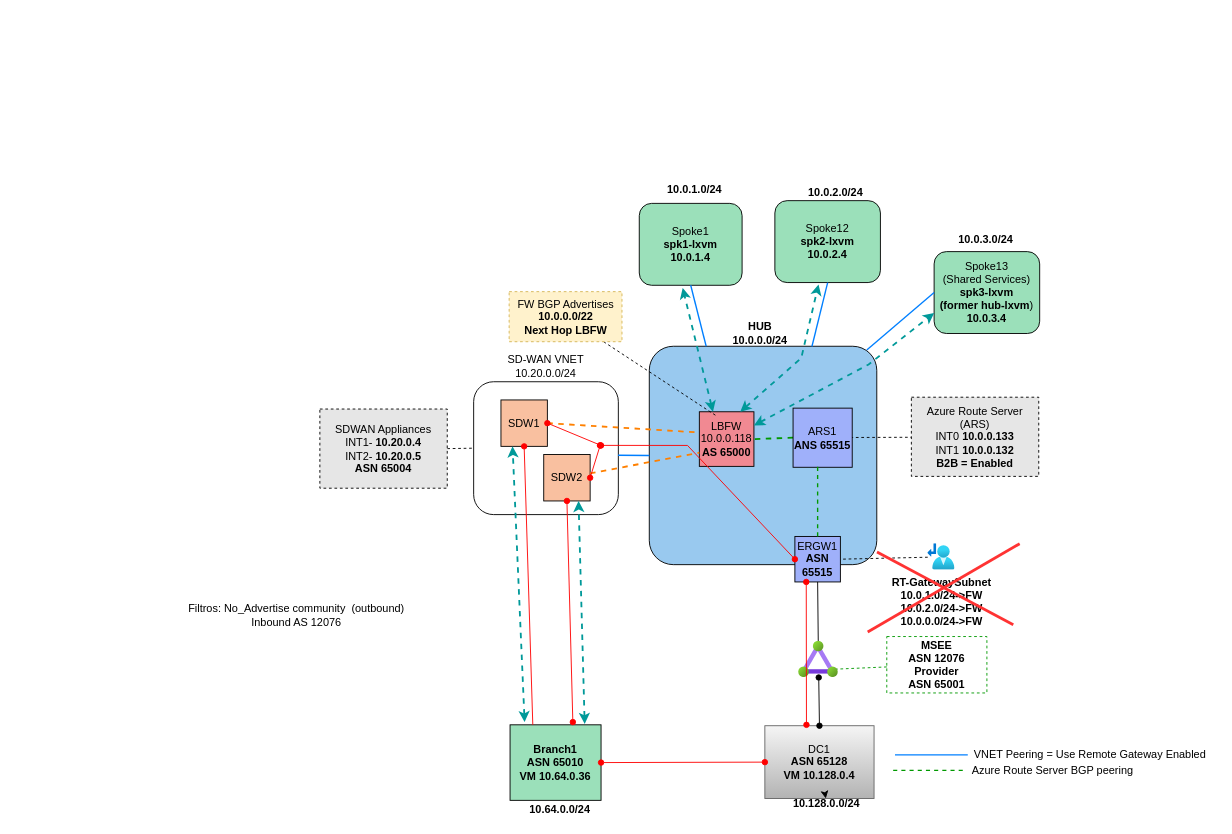
Above: page "Scenario3-SD-VNET+UDR" (4 of 5) of sd-wan-inspection/diagram.drawio in dmauser/azure-hub-spoke (draw.io), before the change. Source tidied: cells renumbered, new cells numbered last; positions are measured from the earlier drawing's top-left corner, leaving out a move shared by most shapes. Both pictures are drawn from the tidied source at 91%, with x=0, y=0 at pixel (179, 180).
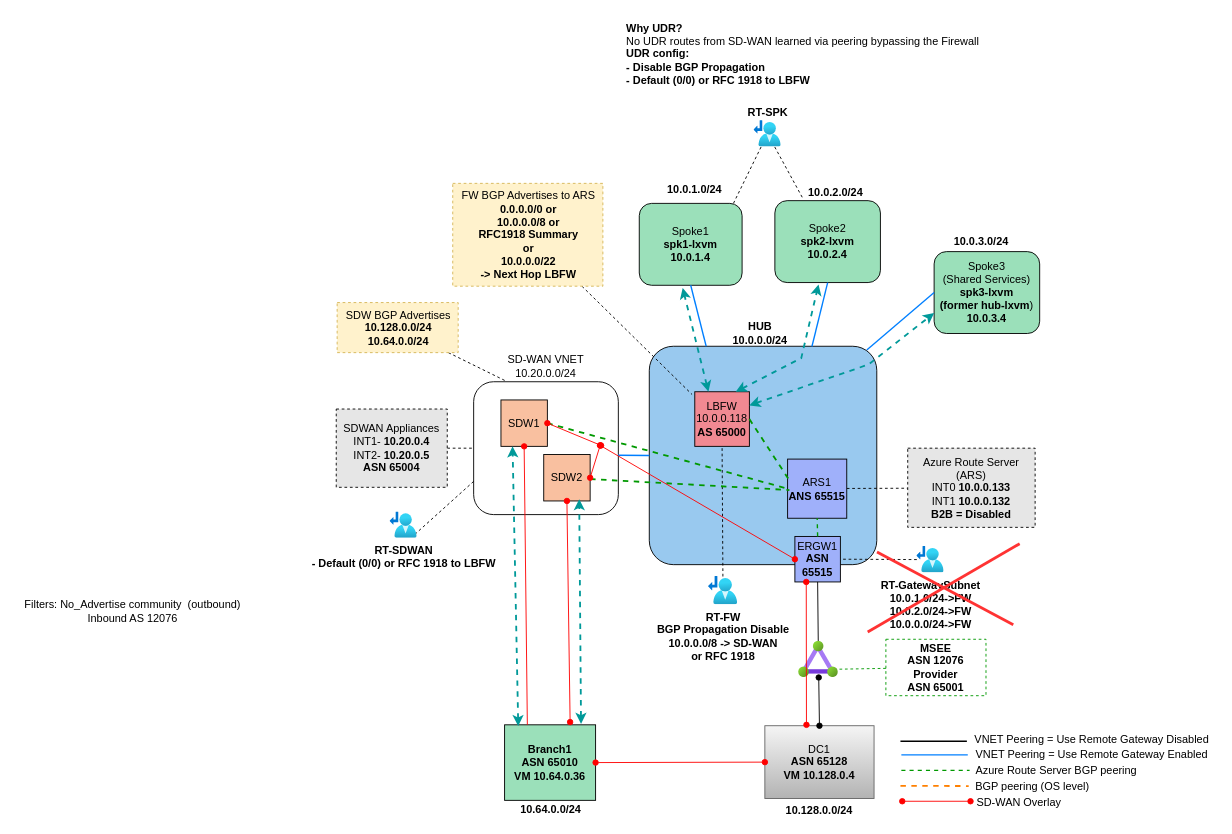
Above is the later version.

The change refers to these unchanged cells:
```xml
<mxCell id="2" value="SD-WAN VNET&lt;br&gt;10.20.0.0/24" style="rounded=1;whiteSpace=wrap;html=1;fillColor=none;labelPosition=center;verticalLabelPosition=top;align=center;verticalAlign=bottom;" parent="1" vertex="1">
  <mxGeometry x="323" y="221" width="159" height="146" as="geometry" />
</mxCell>
<mxCell id="4" value="Spoke1&lt;br&gt;&lt;b&gt;spk1-lxvm&lt;br&gt;10.0.1.4&lt;/b&gt;" style="rounded=1;whiteSpace=wrap;html=1;fillColor=#9BE0BA;" parent="1" vertex="1">
  <mxGeometry x="505" y="25" width="113" height="90" as="geometry" />
</mxCell>
<mxCell id="7" value="SDW1&lt;br&gt;" style="whiteSpace=wrap;html=1;fillColor=#F9C0A0;direction=south;" parent="1" vertex="1">
  <mxGeometry x="353" y="241" width="51" height="51" as="geometry" />
</mxCell>
<mxCell id="8" value="DC1&lt;br&gt;&lt;b&gt;ASN 65128&lt;br&gt;VM 10.128.0.4&lt;br&gt;&lt;/b&gt;" style="rounded=0;whiteSpace=wrap;html=1;fillColor=#f5f5f5;strokeColor=#666666;gradientColor=#b3b3b3;" parent="1" vertex="1">
  <mxGeometry x="643" y="599" width="120" height="80" as="geometry" />
</mxCell>
<mxCell id="13" value="ERGW1&lt;br&gt;&lt;b&gt;ASN 65515&lt;/b&gt;" style="whiteSpace=wrap;html=1;fillStyle=auto;fillColor=#9FB0FA;" parent="1" vertex="1">
  <mxGeometry x="676" y="391" width="50" height="50" as="geometry" />
</mxCell>
<mxCell id="35" value="SDW2" style="whiteSpace=wrap;html=1;fillColor=#F9C0A0;direction=south;" parent="1" vertex="1">
  <mxGeometry x="400" y="301" width="51" height="51" as="geometry" />
</mxCell>
```

Change to the diagram source:
```diff
@@
-    <mxCell id="3" value="Spoke12&lt;br&gt;&lt;b style=&quot;border-color: var(--border-color);&quot;&gt;spk2-lxvm&lt;br style=&quot;border-color: var(--border-color);&quot;&gt;10.0.2.4&lt;/b&gt;" style="rounded=1;whiteSpace=wrap;html=1;fillColor=#9BE0BA;" parent="1" vertex="1">
+    <mxCell id="3" value="Spoke2&lt;br&gt;&lt;b style=&quot;border-color: var(--border-color);&quot;&gt;spk2-lxvm&lt;br style=&quot;border-color: var(--border-color);&quot;&gt;10.0.2.4&lt;/b&gt;" style="rounded=1;whiteSpace=wrap;html=1;fillColor=#9BE0BA;" parent="1" vertex="1">
       <mxGeometry x="654" y="22" width="116" height="90" as="geometry" />
     </mxCell>
@@
-    <mxCell id="6" style="rounded=0;jettySize=auto;html=1;exitX=0;exitY=0.5;exitDx=0;exitDy=0;dashed=1;strokeColor=#009900;endArrow=none;endFill=0;fontColor=#004F00;startArrow=none;entryX=1;entryY=0.5;entryDx=0;entryDy=0;strokeWidth=2;" parent="1" edge="1" source="28" target="45">
-      <mxGeometry relative="1" as="geometry" />
-    </mxCell>
@@
     <mxCell id="9" value="&lt;b&gt;Branch1&lt;br&gt;ASN 65010&lt;br&gt;VM 10.64.0.36&lt;br&gt;&lt;/b&gt;" style="rounded=0;whiteSpace=wrap;html=1;fillColor=#9BE0BA;" parent="1" vertex="1">
-      <mxGeometry x="363" y="598" width="100" height="83" as="geometry" />
+      <mxGeometry x="357" y="598" width="100" height="83" as="geometry" />
     </mxCell>
@@
     <mxCell id="16" value="&lt;b&gt;10.64.0.0/24&lt;/b&gt;" style="text;html=1;strokeColor=none;fillColor=none;align=center;verticalAlign=middle;whiteSpace=wrap;rounded=0;" parent="1" vertex="1">
-      <mxGeometry x="378" y="681" width="80" height="20" as="geometry" />
+      <mxGeometry x="368" y="681" width="80" height="20" as="geometry" />
     </mxCell>
@@
-    <mxCell id="18" style="edgeStyle=none;html=1;" parent="1" edge="1" source="19" target="8">
-      <mxGeometry relative="1" as="geometry" />
-    </mxCell>
     <mxCell id="19" value="&lt;b&gt;10.128.0.0/24&lt;/b&gt;" style="text;html=1;strokeColor=none;fillColor=none;align=center;verticalAlign=middle;whiteSpace=wrap;rounded=0;" parent="1" vertex="1">
-      <mxGeometry x="671" y="675" width="80" height="20" as="geometry" />
+      <mxGeometry x="663" y="682" width="80" height="20" as="geometry" />
     </mxCell>
@@
-    <mxCell id="23" value="&lt;font style=&quot;&quot;&gt;Azure Route Server (ARS)&lt;br&gt;&lt;div style=&quot;&quot;&gt;INT0 &lt;b&gt;10.0.0.133&lt;/b&gt;&lt;/div&gt;&lt;div style=&quot;&quot;&gt;INT1 &lt;b&gt;10.0.0.132&lt;/b&gt;&lt;/div&gt;&lt;div style=&quot;&quot;&gt;&lt;b&gt;B2B = Enabled&lt;/b&gt;&lt;/div&gt;&lt;/font&gt;" style="text;html=1;strokeColor=default;fillColor=#E6E6E6;align=center;verticalAlign=middle;whiteSpace=wrap;rounded=0;dashed=1;" parent="1" vertex="1">
-      <mxGeometry x="804" y="238" width="140" height="87" as="geometry" />
+    <mxCell id="23" value="&lt;font style=&quot;&quot;&gt;Azure Route Server (ARS)&lt;br&gt;&lt;div style=&quot;&quot;&gt;INT0 &lt;b&gt;10.0.0.133&lt;/b&gt;&lt;/div&gt;&lt;div style=&quot;&quot;&gt;INT1 &lt;b&gt;10.0.0.132&lt;/b&gt;&lt;/div&gt;&lt;div style=&quot;&quot;&gt;&lt;b&gt;B2B = Disabled&lt;/b&gt;&lt;/div&gt;&lt;/font&gt;" style="text;html=1;strokeColor=default;fillColor=#E6E6E6;align=center;verticalAlign=middle;whiteSpace=wrap;rounded=0;dashed=1;" parent="1" vertex="1">
+      <mxGeometry x="800" y="294" width="140" height="87" as="geometry" />
     </mxCell>
@@
     <mxCell id="25" value="SDWAN Appliances&lt;br&gt;INT1-&amp;nbsp;&lt;b&gt;10.20.0.4&lt;br&gt;&lt;/b&gt;INT2-&amp;nbsp;&lt;b style=&quot;border-color: var(--border-color);&quot;&gt;10.20.0.5&lt;/b&gt;&lt;br&gt;&lt;b&gt;ASN 65004&lt;/b&gt;" style="text;html=1;strokeColor=default;fillColor=#E6E6E6;align=center;verticalAlign=middle;whiteSpace=wrap;rounded=0;dashed=1;" parent="1" vertex="1">
-      <mxGeometry x="154" y="251" width="140" height="87" as="geometry" />
+      <mxGeometry x="172" y="251" width="122" height="86" as="geometry" />
     </mxCell>
@@
     <mxCell id="27" value="&lt;b&gt;MSEE&lt;br&gt;ASN 12076&lt;br&gt;Provider&lt;br&gt;ASN 65001&lt;br&gt;&lt;/b&gt;" style="text;html=1;strokeColor=#009900;fillColor=none;align=center;verticalAlign=middle;whiteSpace=wrap;rounded=0;dashed=1;" parent="1" vertex="1">
-      <mxGeometry x="777" y="501" width="110" height="62" as="geometry" />
+      <mxGeometry x="776" y="504" width="110" height="62" as="geometry" />
     </mxCell>
     <mxCell id="28" value="ARS1&lt;br&gt;&lt;b&gt;ANS 65515&lt;/b&gt;" style="whiteSpace=wrap;html=1;fillColor=#9FB0FA;" parent="1" vertex="1">
-      <mxGeometry x="674" y="250" width="65" height="65" as="geometry" />
+      <mxGeometry x="668" y="306" width="65" height="65" as="geometry" />
     </mxCell>
-    <mxCell id="29" style="html=1;points=[];align=center;image;fontSize=12;image=img/lib/azure2/networking/ExpressRoute_Circuits.svg;fillColor=#FF6666;" parent="1" vertex="1">
-      <mxGeometry x="680" y="506" width="43.8" height="40" as="geometry" />
-    </mxCell>
-    <mxCell id="30" style="rounded=0;jettySize=auto;html=1;dashed=1;strokeColor=#009900;endArrow=none;endFill=0;fontColor=#004F00;strokeWidth=1.5;exitX=0.5;exitY=0;exitDx=0;exitDy=0;" parent="1" edge="1" source="13">
-      <mxGeometry relative="1" as="geometry">
-        <mxPoint x="701" y="313" as="targetPoint" />
-      </mxGeometry>
+    <mxCell id="30" style="rounded=0;jettySize=auto;html=1;dashed=1;strokeColor=#009900;endArrow=none;endFill=0;fontColor=#004F00;strokeWidth=1.5;exitX=0.5;exitY=0;exitDx=0;exitDy=0;entryX=0.5;entryY=1;entryDx=0;entryDy=0;" parent="1" edge="1" source="13" target="28">
+      <mxGeometry relative="1" as="geometry" />
     </mxCell>
-    <mxCell id="31" style="edgeStyle=none;html=1;entryX=1;entryY=0.5;entryDx=0;entryDy=0;dashed=1;endArrow=none;endFill=0;" parent="1" edge="1" source="56" target="13">
-      <mxGeometry relative="1" as="geometry" />
-    </mxCell>
@@
-    <mxCell id="33" value="Spoke13&lt;br&gt;(Shared Services)&lt;br&gt;&lt;b style=&quot;border-color: var(--border-color);&quot;&gt;spk3-lxvm (former&amp;nbsp;hub-lxvm&lt;span style=&quot;font-weight: 400;&quot;&gt;)&lt;/span&gt;&lt;br style=&quot;border-color: var(--border-color);&quot;&gt;10.0.3.4&lt;/b&gt;" style="rounded=1;whiteSpace=wrap;html=1;fillColor=#9BE0BA;" parent="1" vertex="1">
+    <mxCell id="33" value="Spoke3&lt;br&gt;(Shared Services)&lt;br&gt;&lt;b style=&quot;border-color: var(--border-color);&quot;&gt;spk3-lxvm (former&amp;nbsp;hub-lxvm&lt;span style=&quot;font-weight: 400;&quot;&gt;)&lt;/span&gt;&lt;br style=&quot;border-color: var(--border-color);&quot;&gt;10.0.3.4&lt;/b&gt;" style="rounded=1;whiteSpace=wrap;html=1;fillColor=#9BE0BA;" parent="1" vertex="1">
       <mxGeometry x="829" y="78" width="116" height="90" as="geometry" />
     </mxCell>
@@
     <mxCell id="36" value="VNET Peering = Use Remote Gateway Enabled&lt;br&gt;" style="text;html=1;align=center;verticalAlign=middle;strokeColor=none;fillColor=none;" parent="1" vertex="1">
-      <mxGeometry x="863" y="618" width="273" height="26" as="geometry" />
+      <mxGeometry x="865" y="618" width="273" height="26" as="geometry" />
     </mxCell>
     <mxCell id="37" style="edgeStyle=none;orthogonalLoop=1;jettySize=auto;html=1;strokeColor=#007FFF;startArrow=none;startFill=0;endArrow=none;endFill=0;strokeWidth=1.5;" parent="1" edge="1">
       <mxGeometry relative="1" as="geometry">
-        <mxPoint x="786" y="631" as="sourcePoint" />
+        <mxPoint x="793" y="631" as="sourcePoint" />
         <mxPoint x="866" y="631" as="targetPoint" />
       </mxGeometry>
     </mxCell>
-    <mxCell id="38" style="rounded=0;orthogonalLoop=1;jettySize=auto;html=1;exitX=1;exitY=0.5;exitDx=0;exitDy=0;dashed=1;strokeColor=#009900;endArrow=none;endFill=0;fontColor=#004F00;strokeWidth=1.5;" parent="1" edge="1">
+    <mxCell id="38" style="rounded=0;orthogonalLoop=1;jettySize=auto;html=1;dashed=1;strokeColor=#009900;endArrow=none;endFill=0;fontColor=#004F00;strokeWidth=1.5;" parent="1" edge="1">
       <mxGeometry relative="1" as="geometry">
-        <mxPoint x="784" y="648" as="sourcePoint" />
-        <mxPoint x="863" y="648" as="targetPoint" />
+        <mxPoint x="793" y="648" as="sourcePoint" />
+        <mxPoint x="868" y="648" as="targetPoint" />
       </mxGeometry>
     </mxCell>
     <mxCell id="39" value="Azure Route Server BGP peering" style="text;html=1;align=center;verticalAlign=middle;strokeColor=none;fillColor=none;" parent="1" vertex="1">
-      <mxGeometry x="861" y="635" width="195" height="26" as="geometry" />
+      <mxGeometry x="865" y="635" width="195" height="26" as="geometry" />
     </mxCell>
@@
     <mxCell id="41" style="rounded=0;jettySize=auto;html=1;startArrow=oval;startFill=1;endArrow=oval;endFill=1;strokeColor=#FF0000;entryX=1;entryY=0.5;entryDx=0;entryDy=0;" parent="1" edge="1" target="35">
       <mxGeometry relative="1" as="geometry">
-        <mxPoint x="432" y="595" as="sourcePoint" />
+        <mxPoint x="429" y="595" as="sourcePoint" />
       </mxGeometry>
     </mxCell>
     <mxCell id="42" value="10.0.3.0/24" style="text;html=1;strokeColor=none;fillColor=none;align=center;verticalAlign=middle;whiteSpace=wrap;rounded=0;fontStyle=1;" parent="1" vertex="1">
-      <mxGeometry x="846" y="55" width="80" height="20" as="geometry" />
+      <mxGeometry x="841" y="57" width="80" height="20" as="geometry" />
     </mxCell>
-    <mxCell id="43" value="Filtros: No_Advertise community&amp;nbsp; (outbound)&lt;br&gt;Inbound AS 12076" style="text;html=1;align=center;verticalAlign=middle;strokeColor=none;fillColor=none;" parent="1" vertex="1">
-      <mxGeometry y="457" width="255" height="41" as="geometry" />
+    <mxCell id="43" value="Filters: No_Advertise community&amp;nbsp; (outbound)&lt;br&gt;Inbound AS 12076" style="text;html=1;align=center;verticalAlign=middle;strokeColor=none;fillColor=none;" parent="1" vertex="1">
+      <mxGeometry x="-180" y="452" width="255" height="41" as="geometry" />
     </mxCell>
+    <mxCell id="64" style="rounded=0;orthogonalLoop=1;jettySize=auto;html=1;dashed=1;strokeColor=#FF8000;endArrow=none;endFill=0;fontColor=#004F00;startArrow=none;strokeWidth=2;" parent="1" edge="1">
+      <mxGeometry relative="1" as="geometry">
+        <mxPoint x="792" y="665" as="sourcePoint" />
+        <mxPoint x="867" y="665.3" as="targetPoint" />
+      </mxGeometry>
+    </mxCell>
+    <mxCell id="65" value="&amp;nbsp; BGP peering (OS level)" style="text;html=1;align=left;verticalAlign=middle;strokeColor=none;fillColor=none;" parent="1" vertex="1">
+      <mxGeometry x="866" y="653" width="150" height="26" as="geometry" />
+    </mxCell>
+    <mxCell id="66" style="rounded=0;orthogonalLoop=1;jettySize=auto;html=1;startArrow=oval;startFill=1;endArrow=oval;endFill=1;strokeColor=#FF0000;" parent="1" edge="1">
+      <mxGeometry relative="1" as="geometry">
+        <mxPoint x="794" y="682" as="sourcePoint" />
+        <mxPoint x="869" y="682" as="targetPoint" />
+      </mxGeometry>
+    </mxCell>
+    <mxCell id="67" value="SD-WAN Overlay" style="text;html=1;align=left;verticalAlign=middle;strokeColor=none;fillColor=none;" parent="1" vertex="1">
+      <mxGeometry x="874" y="671" width="111" height="26" as="geometry" />
+    </mxCell>
+    <mxCell id="68" style="edgeStyle=none;html=1;entryX=0.5;entryY=1;entryDx=0;entryDy=0;endArrow=none;endFill=0;dashed=1;" parent="1" edge="1" source="56" target="45">
+      <mxGeometry relative="1" as="geometry" />
+    </mxCell>
+    <mxCell id="29" style="html=1;points=[];align=center;image;fontSize=12;image=img/lib/azure2/networking/ExpressRoute_Circuits.svg;fillColor=#FF6666;" parent="1" vertex="1">
+      <mxGeometry x="680" y="506" width="43.8" height="40" as="geometry" />
+    </mxCell>
@@
     <mxCell id="45" value="LBFW&lt;br&gt;10.0.0.118&lt;br&gt;&lt;b&gt;AS 65000&lt;/b&gt;" style="whiteSpace=wrap;html=1;gradientColor=none;fillStyle=auto;fillColor=#F18992;" parent="44" vertex="1">
-      <mxGeometry x="571" y="254" width="60" height="60" as="geometry" />
+      <mxGeometry x="566" y="232" width="60" height="60" as="geometry" />
     </mxCell>
@@
-    <mxCell id="47" style="endArrow=classic;startArrow=classic;html=1;rounded=0;dashed=1;strokeWidth=2;strokeColor=#009999;entryX=1;entryY=0.75;entryDx=0;entryDy=0;" parent="44" edge="1" target="7">
-      <mxGeometry relative="1" as="geometry">
-        <mxPoint x="379" y="595" as="sourcePoint" />
-      </mxGeometry>
+    <mxCell id="47" style="endArrow=classic;startArrow=classic;html=1;rounded=0;dashed=1;strokeWidth=2;strokeColor=#009999;entryX=1;entryY=0.75;entryDx=0;entryDy=0;exitX=0.15;exitY=0.017;exitDx=0;exitDy=0;exitPerimeter=0;" parent="44" edge="1" source="9" target="7">
+      <mxGeometry relative="1" as="geometry" />
     </mxCell>
@@
-    <mxCell id="49" style="endArrow=classic;startArrow=classic;html=1;rounded=0;dashed=1;strokeWidth=2;strokeColor=#009999;entryX=1;entryY=0.25;entryDx=0;entryDy=0;" parent="44" edge="1" target="35">
+    <mxCell id="49" style="endArrow=classic;startArrow=classic;html=1;rounded=0;dashed=1;strokeWidth=2;strokeColor=#009999;" parent="44" edge="1">
       <mxGeometry relative="1" as="geometry">
-        <mxPoint x="445" y="597" as="sourcePoint" />
+        <mxPoint x="441" y="597" as="sourcePoint" />
+        <mxPoint x="439" y="350" as="targetPoint" />
       </mxGeometry>
     </mxCell>
-    <mxCell id="50" style="rounded=0;jettySize=auto;html=1;dashed=1;strokeColor=#FF8000;endArrow=none;endFill=0;fontColor=#004F00;startArrow=none;entryX=-0.028;entryY=0.378;entryDx=0;entryDy=0;strokeWidth=2;exitX=0.5;exitY=0;exitDx=0;exitDy=0;entryPerimeter=0;" parent="44" edge="1" source="7" target="45">
+    <mxCell id="50" style="rounded=0;jettySize=auto;html=1;dashed=1;strokeColor=#009900;endArrow=none;endFill=0;fontColor=#004F00;startArrow=none;entryX=0;entryY=0.5;entryDx=0;entryDy=0;strokeWidth=2;exitX=0.5;exitY=0;exitDx=0;exitDy=0;" parent="44" edge="1" source="7" target="28">
       <mxGeometry relative="1" as="geometry" />
     </mxCell>
-    <mxCell id="51" style="rounded=0;jettySize=auto;html=1;dashed=1;strokeColor=#FF8000;endArrow=none;endFill=0;fontColor=#004F00;startArrow=none;strokeWidth=2;entryX=0;entryY=0.75;entryDx=0;entryDy=0;" parent="44" edge="1" source="35" target="45">
-      <mxGeometry relative="1" as="geometry" />
+    <mxCell id="51" style="rounded=0;jettySize=auto;html=1;dashed=1;strokeColor=#009900;endArrow=none;endFill=0;fontColor=#004F00;startArrow=none;strokeWidth=2;" parent="44" edge="1" source="35">
+      <mxGeometry relative="1" as="geometry">
+        <mxPoint x="670" y="340" as="targetPoint" />
+      </mxGeometry>
     </mxCell>
@@
-    <mxCell id="53" style="edgeStyle=none;html=1;dashed=1;fontColor=#FF8000;endArrow=none;endFill=0;" parent="44" edge="1" source="54">
+    <mxCell id="53" style="edgeStyle=none;html=1;dashed=1;fontColor=#FF8000;endArrow=none;endFill=0;" parent="44" edge="1">
       <mxGeometry relative="1" as="geometry">
-        <mxPoint x="589" y="258" as="targetPoint" />
+        <mxPoint x="442" y="116" as="sourcePoint" />
+        <mxPoint x="563" y="235" as="targetPoint" />
       </mxGeometry>
     </mxCell>
-    <mxCell id="54" value="FW BGP Advertises&lt;br&gt;&lt;b&gt;10.0.0.0/22&lt;br&gt;Next Hop LBFW&lt;br&gt;&lt;/b&gt;" style="text;html=1;align=center;verticalAlign=middle;points=[];strokeColor=#d6b656;fillColor=#fff2cc;dashed=1;" parent="44" vertex="1">
-      <mxGeometry x="362" y="122" width="124" height="55" as="geometry" />
+    <mxCell id="54" value="FW BGP Advertises to ARS&lt;br&gt;&lt;b&gt;0.0.0.0/0 or&lt;br&gt;10.0.0.0/8 or &lt;br&gt;RFC1918 Summary&lt;br&gt;or&lt;br&gt;10.0.0.0/22&lt;br&gt;-&amp;gt; Next Hop LBFW&lt;br&gt;&lt;/b&gt;" style="text;html=1;align=center;verticalAlign=middle;points=[];strokeColor=#d6b656;fillColor=#fff2cc;dashed=1;" parent="44" vertex="1">
+      <mxGeometry x="300" y="3" width="165" height="113" as="geometry" />
     </mxCell>
@@
-    <mxCell id="56" value="RT-GatewaySubnet&lt;br&gt;10.0.1.0/24-&amp;gt;FW&lt;br&gt;10.0.2.0/24-&amp;gt;FW&lt;br&gt;10.0.0.0/24-&amp;gt;FW" style="html=1;points=[];align=center;image;fontSize=12;image=img/lib/azure2/networking/Route_Tables.svg;fontStyle=1;" parent="55" vertex="1">
-      <mxGeometry x="822" y="399" width="29.9" height="29" as="geometry" />
+    <mxCell id="56" value="RT-FW&lt;br&gt;BGP Propagation Disable&lt;br&gt;10.0.0.0/8 -&amp;gt; SD-WAN&lt;br&gt;or RFC 1918" style="html=1;points=[];align=center;image;fontSize=12;image=img/lib/azure2/networking/Route_Tables.svg;fontStyle=1;" parent="55" vertex="1">
+      <mxGeometry x="581" y="435" width="32" height="31" as="geometry" />
     </mxCell>
+    <mxCell id="69" style="edgeStyle=none;html=1;entryX=1;entryY=0.5;entryDx=0;entryDy=0;dashed=1;endArrow=none;endFill=0;" parent="55" edge="1" source="70" target="13">
+      <mxGeometry relative="1" as="geometry" />
+    </mxCell>
+    <mxCell id="70" value="RT-GatewaySubnet&lt;br&gt;10.0.1.0/24-&amp;gt;FW&lt;br&gt;10.0.2.0/24-&amp;gt;FW&lt;br&gt;10.0.0.0/24-&amp;gt;FW" style="html=1;points=[];align=center;image;fontSize=12;image=img/lib/azure2/networking/Route_Tables.svg;fontStyle=1;" parent="55" vertex="1">
+      <mxGeometry x="810" y="402" width="29.9" height="29" as="geometry" />
+    </mxCell>
+    <mxCell id="71" style="edgeStyle=none;html=1;strokeColor=#000000;strokeWidth=1;endArrow=none;endFill=0;dashed=1;" parent="55" edge="1" source="72">
+      <mxGeometry relative="1" as="geometry">
+        <mxPoint x="358" y="220" as="targetPoint" />
+      </mxGeometry>
+    </mxCell>
+    <mxCell id="72" value="SDW BGP Advertises&lt;br&gt;&lt;b&gt;10.128.0.0/24&lt;br&gt;10.64.0.0/24&lt;br&gt;&lt;/b&gt;" style="text;html=1;align=center;verticalAlign=middle;points=[];strokeColor=#d6b656;fillColor=#fff2cc;dashed=1;" parent="55" vertex="1">
+      <mxGeometry x="173" y="134" width="133" height="55" as="geometry" />
+    </mxCell>
+    <mxCell id="73" style="edgeStyle=none;orthogonalLoop=1;jettySize=auto;html=1;strokeColor=#000000;startArrow=none;startFill=0;endArrow=none;endFill=0;strokeWidth=1.5;" parent="55" edge="1">
+      <mxGeometry relative="1" as="geometry">
+        <mxPoint x="792" y="616" as="sourcePoint" />
+        <mxPoint x="865" y="616" as="targetPoint" />
+      </mxGeometry>
+    </mxCell>
+    <mxCell id="74" value="VNET Peering = Use Remote Gateway Disabled" style="text;html=1;align=center;verticalAlign=middle;strokeColor=none;fillColor=none;" parent="55" vertex="1">
+      <mxGeometry x="864" y="602" width="276" height="26" as="geometry" />
+    </mxCell>
+    <mxCell id="75" value="&lt;b&gt;Why UDR?&lt;/b&gt;&lt;br&gt;No UDR routes from SD-WAN learned via peering bypassing the Firewall&lt;br&gt;&lt;b&gt;UDR config:&lt;/b&gt;&lt;br&gt;&lt;b&gt;- Disable BGP Propagation&lt;/b&gt;&lt;br&gt;&lt;b&gt;- Default (0/0) or RFC 1918 to LBFW&lt;/b&gt;&lt;b&gt;&lt;br&gt;&lt;/b&gt;" style="text;html=1;align=left;verticalAlign=middle;strokeColor=none;fillColor=none;" parent="55" vertex="1">
+      <mxGeometry x="489" y="-181" width="406" height="84" as="geometry" />
+    </mxCell>
+    <mxCell id="76" style="edgeStyle=none;html=1;entryX=0.915;entryY=0.002;entryDx=0;entryDy=0;entryPerimeter=0;dashed=1;strokeColor=#000000;strokeWidth=1;endArrow=none;endFill=0;" parent="55" edge="1" source="78" target="4">
+      <mxGeometry relative="1" as="geometry" />
+    </mxCell>
+    <mxCell id="77" style="edgeStyle=none;html=1;dashed=1;strokeColor=#000000;strokeWidth=1;endArrow=none;endFill=0;" parent="55" edge="1" source="78">
+      <mxGeometry relative="1" as="geometry">
+        <mxPoint x="685" y="20" as="targetPoint" />
+      </mxGeometry>
+    </mxCell>
+    <mxCell id="78" value="RT-SPK" style="html=1;points=[];align=center;image;fontSize=12;image=img/lib/azure2/networking/Route_Tables.svg;fontStyle=1;labelPosition=center;verticalLabelPosition=top;verticalAlign=bottom;" parent="55" vertex="1">
+      <mxGeometry x="631" y="-66" width="29.9" height="29" as="geometry" />
+    </mxCell>
+    <mxCell id="79" value="RT-SDWAN&lt;br&gt;&lt;b style=&quot;border-color: var(--border-color);&quot;&gt;&lt;b style=&quot;border-color: var(--border-color);&quot;&gt;&lt;b style=&quot;border-color: var(--border-color);&quot;&gt;- Default (0/0) or RFC 1918 to LBFW&lt;/b&gt;&lt;/b&gt;&lt;br&gt;&lt;/b&gt;" style="html=1;points=[];align=center;image;fontSize=12;image=img/lib/azure2/networking/Route_Tables.svg;fontStyle=1;" parent="55" vertex="1">
+      <mxGeometry x="231" y="364" width="29.9" height="29" as="geometry" />
+    </mxCell>
+    <mxCell id="80" style="edgeStyle=none;html=1;exitX=0;exitY=0.75;exitDx=0;exitDy=0;entryX=0.958;entryY=0.813;entryDx=0;entryDy=0;entryPerimeter=0;dashed=1;strokeColor=#000000;strokeWidth=1;endArrow=none;endFill=0;" parent="55" edge="1" source="2" target="79">
+      <mxGeometry relative="1" as="geometry" />
+    </mxCell>
+    <mxCell id="81" style="rounded=0;jettySize=auto;html=1;dashed=1;strokeColor=#009900;endArrow=none;endFill=0;fontColor=#004F00;startArrow=none;strokeWidth=2;exitX=1;exitY=0.5;exitDx=0;exitDy=0;" parent="55" edge="1" source="45">
+      <mxGeometry relative="1" as="geometry">
+        <mxPoint x="671" y="331" as="targetPoint" />
+      </mxGeometry>
+    </mxCell>
@@
+    <mxCell id="60" style="rounded=0;jettySize=auto;html=1;exitX=0.25;exitY=1;exitDx=0;exitDy=0;startArrow=oval;startFill=1;endArrow=oval;endFill=1;strokeColor=#FF0000;entryX=0.381;entryY=-0.012;entryDx=0;entryDy=0;entryPerimeter=0;" parent="57" edge="1" source="13" target="8">
+      <mxGeometry relative="1" as="geometry" />
+    </mxCell>
@@
-    <mxCell id="60" style="rounded=0;jettySize=auto;html=1;exitX=0.25;exitY=1;exitDx=0;exitDy=0;startArrow=oval;startFill=1;endArrow=oval;endFill=1;strokeColor=#FF0000;entryX=0.381;entryY=-0.012;entryDx=0;entryDy=0;entryPerimeter=0;" parent="57" edge="1" source="13" target="8">
-      <mxGeometry relative="1" as="geometry" />
-    </mxCell>
     <mxCell id="61" style="rounded=0;jettySize=auto;html=1;exitX=0;exitY=0.5;exitDx=0;exitDy=0;startArrow=oval;startFill=1;endArrow=oval;endFill=1;strokeColor=#FF0000;entryX=0.874;entryY=0.479;entryDx=0;entryDy=0;entryPerimeter=0;" parent="57" edge="1" source="13" target="2">
-      <mxGeometry relative="1" as="geometry">
-        <Array as="points">
-          <mxPoint x="558" y="291" />
-        </Array>
-      </mxGeometry>
+      <mxGeometry relative="1" as="geometry" />
     </mxCell>
```
